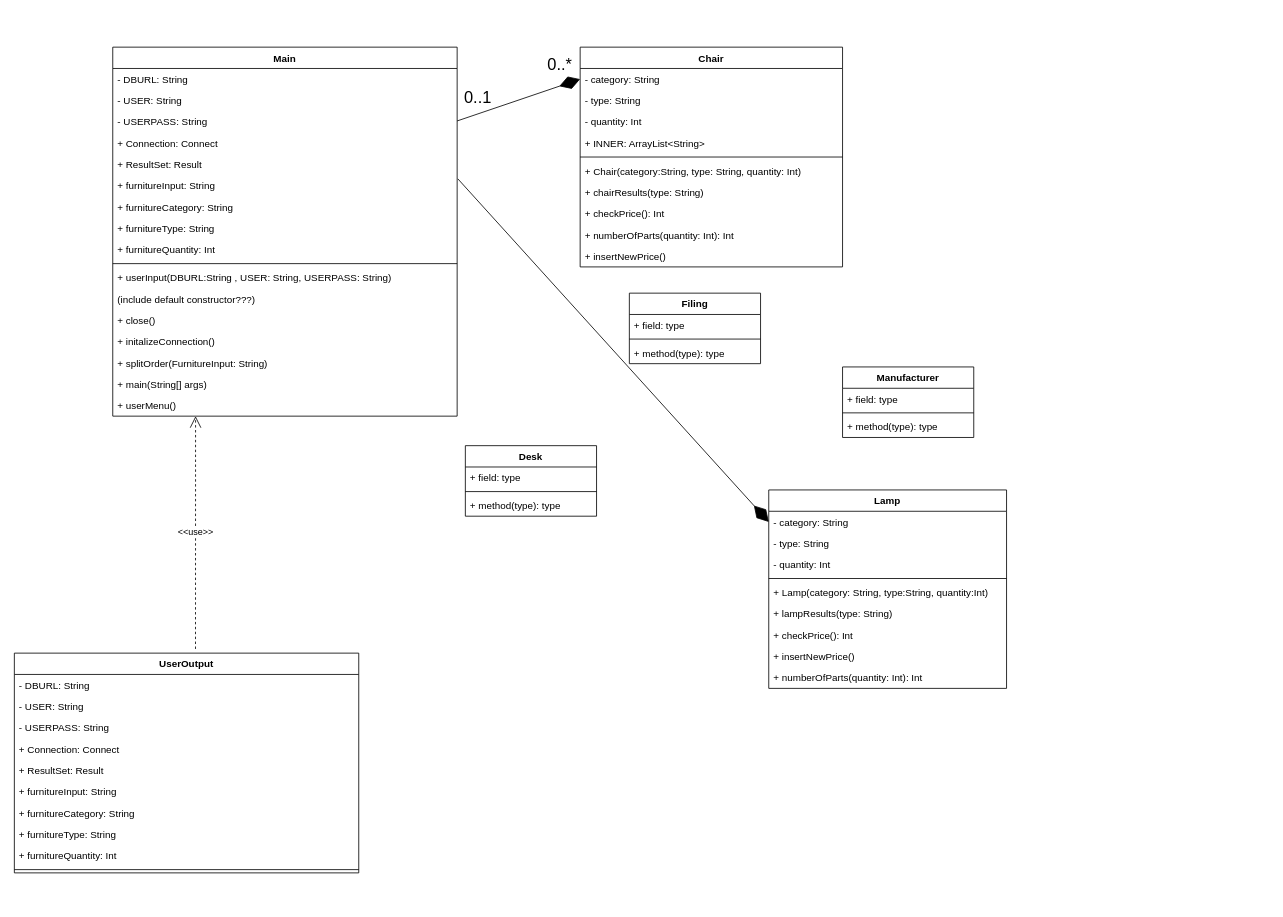
This is src/edu/ucalgary/ensf409/FinalProjectUML.drawio from MushtabaA/Supply-Chain-Project, a draw.io file, before an edit. Source tidied: cells renumbered, new cells numbered last; positions are measured from the earlier drawing's top-left corner, leaving out a move shared by most shapes. Both pictures are drawn from the tidied source at 82%, with x=0, y=0 at pixel (14, 47).
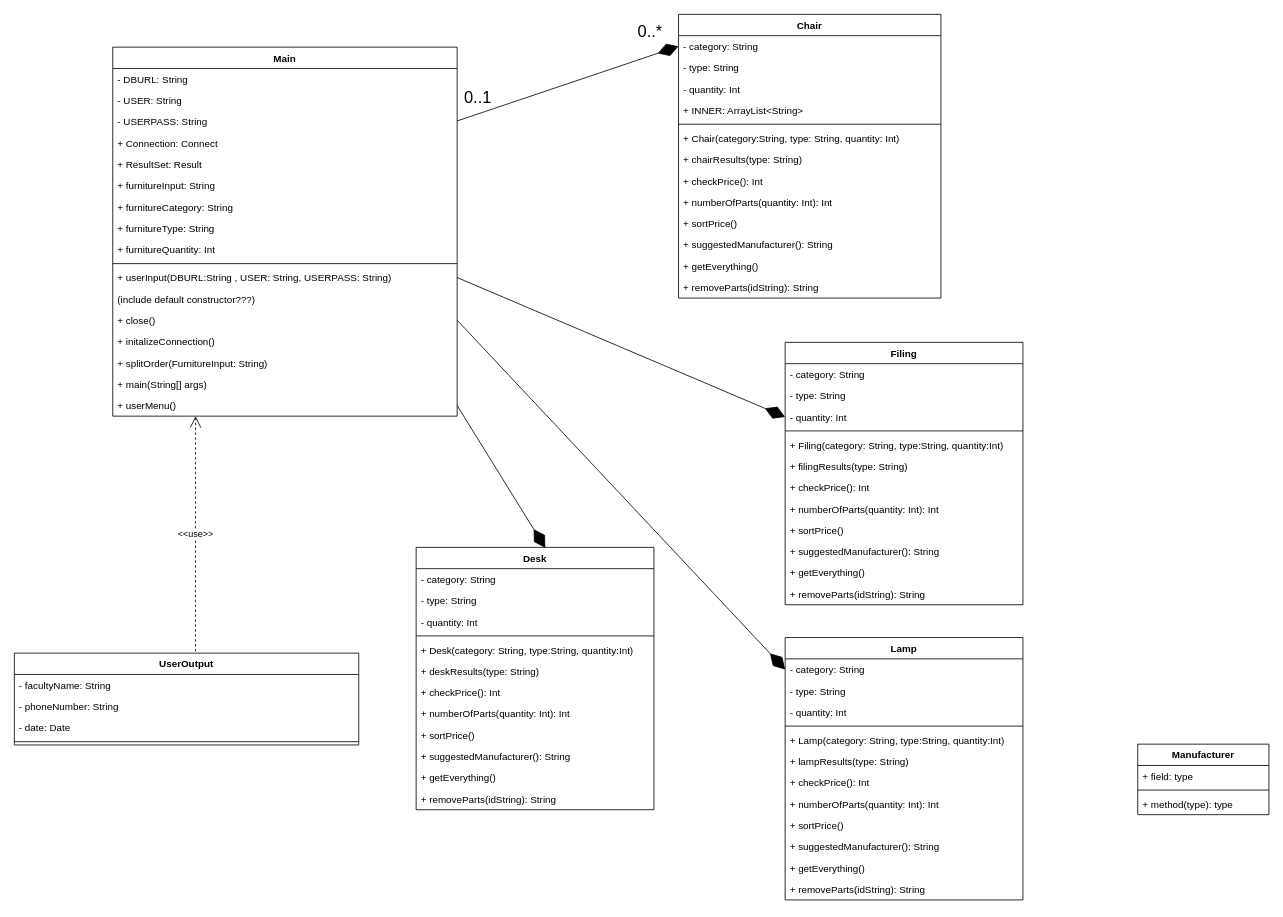
After the change.

Commit message:
Changes to the UML based on the code changes

The change refers to these unchanged cells:
```xml
<mxCell id="8" value="+ furnitureInput: String " style="text;strokeColor=none;fillColor=none;align=left;verticalAlign=top;spacingLeft=4;spacingRight=4;overflow=hidden;points=[[0,0.5],[1,0.5]];portConstraint=eastwest;" parent="2" vertex="1">
  <mxGeometry y="156" width="420" height="26" as="geometry" />
</mxCell>
<mxCell id="13" value="+ userInput(DBURL:String , USER: String, USERPASS: String)" style="text;strokeColor=none;fillColor=none;align=left;verticalAlign=top;spacingLeft=4;spacingRight=4;overflow=hidden;points=[[0,0.5],[1,0.5]];portConstraint=eastwest;" parent="2" vertex="1">
  <mxGeometry y="268" width="420" height="26" as="geometry" />
</mxCell>
<mxCell id="15" value="+ close()" style="text;strokeColor=none;fillColor=none;align=left;verticalAlign=top;spacingLeft=4;spacingRight=4;overflow=hidden;points=[[0,0.5],[1,0.5]];portConstraint=eastwest;" parent="2" vertex="1">
  <mxGeometry y="320" width="420" height="26" as="geometry" />
</mxCell>
<mxCell id="19" value="+ userMenu()" style="text;strokeColor=none;fillColor=none;align=left;verticalAlign=top;spacingLeft=4;spacingRight=4;overflow=hidden;points=[[0,0.5],[1,0.5]];portConstraint=eastwest;" parent="2" vertex="1">
  <mxGeometry y="424" width="420" height="26" as="geometry" />
</mxCell>
<mxCell id="36" value="- category: String" style="text;strokeColor=none;fillColor=none;align=left;verticalAlign=top;spacingLeft=4;spacingRight=4;overflow=hidden;points=[[0,0.5],[1,0.5]];portConstraint=eastwest;" parent="35" vertex="1">
  <mxGeometry y="26" width="290" height="26" as="geometry" />
</mxCell>
```

Diff of the diagram source:
```diff
@@
     <mxCell id="20" value="Chair" style="swimlane;fontStyle=1;align=center;verticalAlign=top;horizontal=1;startSize=26;" parent="1" vertex="1">
-      <mxGeometry x="690" width="320" height="268" as="geometry" />
+      <mxGeometry x="810" y="-40" width="320" height="346" as="geometry" />
     </mxCell>
@@
-    <mxCell id="30" value="+ insertNewPrice()" style="text;strokeColor=none;fillColor=none;align=left;verticalAlign=top;spacingLeft=4;spacingRight=4;overflow=hidden;" parent="20" vertex="1">
-      <mxGeometry y="242" width="320" height="26" as="geometry" />
-    </mxCell>
-    <mxCell id="31" value="Filing" style="swimlane;fontStyle=1;align=center;verticalAlign=top;horizontal=1;startSize=26;" parent="1" vertex="1">
-      <mxGeometry x="750" y="300" width="160" height="86" as="geometry" />
-    </mxCell>
-    <mxCell id="32" value="+ field: type" style="text;strokeColor=none;fillColor=none;align=left;verticalAlign=top;spacingLeft=4;spacingRight=4;overflow=hidden;" parent="31" vertex="1">
-      <mxGeometry y="26" width="160" height="26" as="geometry" />
-    </mxCell>
-    <mxCell id="33" style="line;strokeWidth=1;fillColor=none;align=left;verticalAlign=middle;spacingTop=-1;spacingLeft=3;spacingRight=3;labelPosition=right;" parent="31" vertex="1">
-      <mxGeometry y="52" width="160" height="8" as="geometry" />
-    </mxCell>
-    <mxCell id="34" value="+ method(type): type" style="text;strokeColor=none;fillColor=none;align=left;verticalAlign=top;spacingLeft=4;spacingRight=4;overflow=hidden;" parent="31" vertex="1">
-      <mxGeometry y="60" width="160" height="26" as="geometry" />
-    </mxCell>
+    <mxCell id="69" value="+ sortPrice()" style="text;strokeColor=none;fillColor=none;align=left;verticalAlign=top;spacingLeft=4;spacingRight=4;overflow=hidden;" parent="20" vertex="1">
+      <mxGeometry y="242" width="320" height="26" as="geometry" />
+    </mxCell>
+    <mxCell id="70" value="+ suggestedManufacturer(): String" style="text;strokeColor=none;fillColor=none;align=left;verticalAlign=top;spacingLeft=4;spacingRight=4;overflow=hidden;" parent="20" vertex="1">
+      <mxGeometry y="268" width="320" height="26" as="geometry" />
+    </mxCell>
+    <mxCell id="71" value="+ getEverything()" style="text;strokeColor=none;fillColor=none;align=left;verticalAlign=top;spacingLeft=4;spacingRight=4;overflow=hidden;" parent="20" vertex="1">
+      <mxGeometry y="294" width="320" height="26" as="geometry" />
+    </mxCell>
+    <mxCell id="72" value="+ removeParts(idString): String" style="text;strokeColor=none;fillColor=none;align=left;verticalAlign=top;spacingLeft=4;spacingRight=4;overflow=hidden;" parent="20" vertex="1">
+      <mxGeometry y="320" width="320" height="26" as="geometry" />
+    </mxCell>
     <mxCell id="35" value="Lamp" style="swimlane;fontStyle=1;align=center;verticalAlign=top;horizontal=1;startSize=26;" parent="1" vertex="1">
-      <mxGeometry x="920" y="540" width="290" height="242" as="geometry" />
+      <mxGeometry x="940" y="720" width="290" height="320" as="geometry" />
     </mxCell>
@@
-    <mxCell id="43" value="+ insertNewPrice()" style="text;strokeColor=none;fillColor=none;align=left;verticalAlign=top;spacingLeft=4;spacingRight=4;overflow=hidden;" parent="35" vertex="1">
-      <mxGeometry y="190" width="290" height="26" as="geometry" />
-    </mxCell>
     <mxCell id="44" value="+ numberOfParts(quantity: Int): Int" style="text;strokeColor=none;fillColor=none;align=left;verticalAlign=top;spacingLeft=4;spacingRight=4;overflow=hidden;" parent="35" vertex="1">
-      <mxGeometry y="216" width="290" height="26" as="geometry" />
+      <mxGeometry y="190" width="290" height="26" as="geometry" />
     </mxCell>
+    <mxCell id="73" value="+ sortPrice()" style="text;strokeColor=none;fillColor=none;align=left;verticalAlign=top;spacingLeft=4;spacingRight=4;overflow=hidden;" parent="35" vertex="1">
+      <mxGeometry y="216" width="290" height="26" as="geometry" />
+    </mxCell>
+    <mxCell id="74" value="+ suggestedManufacturer(): String" style="text;strokeColor=none;fillColor=none;align=left;verticalAlign=top;spacingLeft=4;spacingRight=4;overflow=hidden;" parent="35" vertex="1">
+      <mxGeometry y="242" width="290" height="26" as="geometry" />
+    </mxCell>
+    <mxCell id="75" value="+ getEverything()" style="text;strokeColor=none;fillColor=none;align=left;verticalAlign=top;spacingLeft=4;spacingRight=4;overflow=hidden;" parent="35" vertex="1">
+      <mxGeometry y="268" width="290" height="26" as="geometry" />
+    </mxCell>
+    <mxCell id="76" value="+ removeParts(idString): String" style="text;strokeColor=none;fillColor=none;align=left;verticalAlign=top;spacingLeft=4;spacingRight=4;overflow=hidden;" parent="35" vertex="1">
+      <mxGeometry y="294" width="290" height="26" as="geometry" />
+    </mxCell>
     <mxCell id="45" value="Manufacturer" style="swimlane;fontStyle=1;align=center;verticalAlign=top;horizontal=1;startSize=26;" parent="1" vertex="1">
-      <mxGeometry x="1010" y="390" width="160" height="86" as="geometry" />
+      <mxGeometry x="1370" y="850" width="160" height="86" as="geometry" />
     </mxCell>
@@
     <mxCell id="50" value="&lt;font style=&quot;font-size: 20px&quot;&gt;0..*&lt;/font&gt;" style="text;html=1;align=center;verticalAlign=middle;" parent="1" vertex="1">
-      <mxGeometry x="640" y="10" width="50" height="20" as="geometry" />
+      <mxGeometry x="750" y="-30" width="50" height="20" as="geometry" />
     </mxCell>
@@
-    <mxCell id="52" style="endArrow=diamondThin;endFill=1;endSize=24;html=1;exitX=1.002;exitY=0.176;exitDx=0;exitDy=0;exitPerimeter=0;entryX=0;entryY=0.5;entryDx=0;entryDy=0;" parent="1" edge="1" source="8" target="36">
+    <mxCell id="52" style="endArrow=diamondThin;endFill=1;endSize=24;html=1;exitX=1;exitY=0.5;exitDx=0;exitDy=0;entryX=0;entryY=0.5;entryDx=0;entryDy=0;" parent="1" edge="1" source="15" target="36">
       <mxGeometry relative="1" as="geometry" />
     </mxCell>
-    <mxCell id="53" value="Desk" style="swimlane;fontStyle=1;align=center;verticalAlign=top;horizontal=1;startSize=26;" parent="1" vertex="1">
-      <mxGeometry x="550" y="486" width="160" height="86" as="geometry" />
-    </mxCell>
-    <mxCell id="54" value="+ field: type" style="text;strokeColor=none;fillColor=none;align=left;verticalAlign=top;spacingLeft=4;spacingRight=4;overflow=hidden;" parent="53" vertex="1">
-      <mxGeometry y="26" width="160" height="26" as="geometry" />
-    </mxCell>
-    <mxCell id="55" style="line;strokeWidth=1;fillColor=none;align=left;verticalAlign=middle;spacingTop=-1;spacingLeft=3;spacingRight=3;labelPosition=right;" parent="53" vertex="1">
-      <mxGeometry y="52" width="160" height="8" as="geometry" />
-    </mxCell>
-    <mxCell id="56" value="+ method(type): type" style="text;strokeColor=none;fillColor=none;align=left;verticalAlign=top;spacingLeft=4;spacingRight=4;overflow=hidden;" parent="53" vertex="1">
-      <mxGeometry y="60" width="160" height="26" as="geometry" />
-    </mxCell>
     <mxCell id="57" value="UserOutput" style="swimlane;fontStyle=1;align=center;verticalAlign=top;horizontal=1;startSize=26;" parent="1" vertex="1">
-      <mxGeometry y="739" width="420" height="268" as="geometry" />
+      <mxGeometry y="739" width="420" height="112" as="geometry" />
     </mxCell>
-    <mxCell id="58" value="- DBURL: String" style="text;strokeColor=none;fillColor=none;align=left;verticalAlign=top;spacingLeft=4;spacingRight=4;overflow=hidden;" parent="57" vertex="1">
+    <mxCell id="58" value="- facultyName: String" style="text;strokeColor=none;fillColor=none;align=left;verticalAlign=top;spacingLeft=4;spacingRight=4;overflow=hidden;" parent="57" vertex="1">
       <mxGeometry y="26" width="420" height="26" as="geometry" />
     </mxCell>
-    <mxCell id="59" value="- USER: String " style="text;strokeColor=none;fillColor=none;align=left;verticalAlign=top;spacingLeft=4;spacingRight=4;overflow=hidden;" parent="57" vertex="1">
+    <mxCell id="59" value="- phoneNumber: String " style="text;strokeColor=none;fillColor=none;align=left;verticalAlign=top;spacingLeft=4;spacingRight=4;overflow=hidden;" parent="57" vertex="1">
       <mxGeometry y="52" width="420" height="26" as="geometry" />
     </mxCell>
-    <mxCell id="60" value="- USERPASS: String" style="text;strokeColor=none;fillColor=none;align=left;verticalAlign=top;spacingLeft=4;spacingRight=4;overflow=hidden;" parent="57" vertex="1">
+    <mxCell id="60" value="- date: Date" style="text;strokeColor=none;fillColor=none;align=left;verticalAlign=top;spacingLeft=4;spacingRight=4;overflow=hidden;" parent="57" vertex="1">
       <mxGeometry y="78" width="420" height="26" as="geometry" />
     </mxCell>
-    <mxCell id="61" value="+ Connection: Connect" style="text;strokeColor=none;fillColor=none;align=left;verticalAlign=top;spacingLeft=4;spacingRight=4;overflow=hidden;" parent="57" vertex="1">
-      <mxGeometry y="104" width="420" height="26" as="geometry" />
-    </mxCell>
-    <mxCell id="62" value="+ ResultSet: Result" style="text;strokeColor=none;fillColor=none;align=left;verticalAlign=top;spacingLeft=4;spacingRight=4;overflow=hidden;" parent="57" vertex="1">
-      <mxGeometry y="130" width="420" height="26" as="geometry" />
-    </mxCell>
-    <mxCell id="63" value="+ furnitureInput: String " style="text;strokeColor=none;fillColor=none;align=left;verticalAlign=top;spacingLeft=4;spacingRight=4;overflow=hidden;" parent="57" vertex="1">
-      <mxGeometry y="156" width="420" height="26" as="geometry" />
-    </mxCell>
-    <mxCell id="64" value="+ furnitureCategory: String" style="text;strokeColor=none;fillColor=none;align=left;verticalAlign=top;spacingLeft=4;spacingRight=4;overflow=hidden;" parent="57" vertex="1">
-      <mxGeometry y="182" width="420" height="26" as="geometry" />
-    </mxCell>
-    <mxCell id="65" value="+ furnitureType: String" style="text;strokeColor=none;fillColor=none;align=left;verticalAlign=top;spacingLeft=4;spacingRight=4;overflow=hidden;" parent="57" vertex="1">
-      <mxGeometry y="208" width="420" height="26" as="geometry" />
-    </mxCell>
-    <mxCell id="66" value="+ furnitureQuantity: Int" style="text;strokeColor=none;fillColor=none;align=left;verticalAlign=top;spacingLeft=4;spacingRight=4;overflow=hidden;" parent="57" vertex="1">
-      <mxGeometry y="234" width="420" height="26" as="geometry" />
-    </mxCell>
     <mxCell id="67" style="line;strokeWidth=1;fillColor=none;align=left;verticalAlign=middle;spacingTop=-1;spacingLeft=3;spacingRight=3;labelPosition=right;" parent="57" vertex="1">
-      <mxGeometry y="260" width="420" height="8" as="geometry" />
+      <mxGeometry y="104" width="420" height="8" as="geometry" />
     </mxCell>
@@
+    <mxCell id="53" value="Desk" style="swimlane;fontStyle=1;align=center;verticalAlign=top;horizontal=1;startSize=26;" parent="1" vertex="1">
+      <mxGeometry x="490" y="610" width="290" height="320" as="geometry" />
+    </mxCell>
+    <mxCell id="77" value="- category: String" style="text;strokeColor=none;fillColor=none;align=left;verticalAlign=top;spacingLeft=4;spacingRight=4;overflow=hidden;" parent="53" vertex="1">
+      <mxGeometry y="26" width="290" height="26" as="geometry" />
+    </mxCell>
+    <mxCell id="78" value="- type: String" style="text;strokeColor=none;fillColor=none;align=left;verticalAlign=top;spacingLeft=4;spacingRight=4;overflow=hidden;" parent="53" vertex="1">
+      <mxGeometry y="52" width="290" height="26" as="geometry" />
+    </mxCell>
+    <mxCell id="79" value="- quantity: Int" style="text;strokeColor=none;fillColor=none;align=left;verticalAlign=top;spacingLeft=4;spacingRight=4;overflow=hidden;" parent="53" vertex="1">
+      <mxGeometry y="78" width="290" height="26" as="geometry" />
+    </mxCell>
+    <mxCell id="80" style="line;strokeWidth=1;fillColor=none;align=left;verticalAlign=middle;spacingTop=-1;spacingLeft=3;spacingRight=3;labelPosition=right;" parent="53" vertex="1">
+      <mxGeometry y="104" width="290" height="8" as="geometry" />
+    </mxCell>
+    <mxCell id="81" value="+ Desk(category: String, type:String, quantity:Int)" style="text;strokeColor=none;fillColor=none;align=left;verticalAlign=top;spacingLeft=4;spacingRight=4;overflow=hidden;" parent="53" vertex="1">
+      <mxGeometry y="112" width="290" height="26" as="geometry" />
+    </mxCell>
+    <mxCell id="82" value="+ deskResults(type: String)" style="text;strokeColor=none;fillColor=none;align=left;verticalAlign=top;spacingLeft=4;spacingRight=4;overflow=hidden;" parent="53" vertex="1">
+      <mxGeometry y="138" width="290" height="26" as="geometry" />
+    </mxCell>
+    <mxCell id="83" value="+ checkPrice(): Int" style="text;strokeColor=none;fillColor=none;align=left;verticalAlign=top;spacingLeft=4;spacingRight=4;overflow=hidden;" parent="53" vertex="1">
+      <mxGeometry y="164" width="290" height="26" as="geometry" />
+    </mxCell>
+    <mxCell id="84" value="+ numberOfParts(quantity: Int): Int" style="text;strokeColor=none;fillColor=none;align=left;verticalAlign=top;spacingLeft=4;spacingRight=4;overflow=hidden;" parent="53" vertex="1">
+      <mxGeometry y="190" width="290" height="26" as="geometry" />
+    </mxCell>
+    <mxCell id="85" value="+ sortPrice()" style="text;strokeColor=none;fillColor=none;align=left;verticalAlign=top;spacingLeft=4;spacingRight=4;overflow=hidden;" parent="53" vertex="1">
+      <mxGeometry y="216" width="290" height="26" as="geometry" />
+    </mxCell>
+    <mxCell id="86" value="+ suggestedManufacturer(): String" style="text;strokeColor=none;fillColor=none;align=left;verticalAlign=top;spacingLeft=4;spacingRight=4;overflow=hidden;" parent="53" vertex="1">
+      <mxGeometry y="242" width="290" height="26" as="geometry" />
+    </mxCell>
+    <mxCell id="87" value="+ getEverything()" style="text;strokeColor=none;fillColor=none;align=left;verticalAlign=top;spacingLeft=4;spacingRight=4;overflow=hidden;" parent="53" vertex="1">
+      <mxGeometry y="268" width="290" height="26" as="geometry" />
+    </mxCell>
+    <mxCell id="88" value="+ removeParts(idString): String" style="text;strokeColor=none;fillColor=none;align=left;verticalAlign=top;spacingLeft=4;spacingRight=4;overflow=hidden;" parent="53" vertex="1">
+      <mxGeometry y="294" width="290" height="26" as="geometry" />
+    </mxCell>
+    <mxCell id="31" value="Filing" style="swimlane;fontStyle=1;align=center;verticalAlign=top;horizontal=1;startSize=26;" parent="1" vertex="1">
+      <mxGeometry x="940" y="360" width="290" height="320" as="geometry" />
+    </mxCell>
+    <mxCell id="89" value="- category: String" style="text;strokeColor=none;fillColor=none;align=left;verticalAlign=top;spacingLeft=4;spacingRight=4;overflow=hidden;" parent="31" vertex="1">
+      <mxGeometry y="26" width="290" height="26" as="geometry" />
+    </mxCell>
+    <mxCell id="90" value="- type: String" style="text;strokeColor=none;fillColor=none;align=left;verticalAlign=top;spacingLeft=4;spacingRight=4;overflow=hidden;" parent="31" vertex="1">
+      <mxGeometry y="52" width="290" height="26" as="geometry" />
+    </mxCell>
+    <mxCell id="91" value="- quantity: Int" style="text;strokeColor=none;fillColor=none;align=left;verticalAlign=top;spacingLeft=4;spacingRight=4;overflow=hidden;points=[[0,0.5],[1,0.5]];portConstraint=eastwest;" parent="31" vertex="1">
+      <mxGeometry y="78" width="290" height="26" as="geometry" />
+    </mxCell>
+    <mxCell id="92" style="line;strokeWidth=1;fillColor=none;align=left;verticalAlign=middle;spacingTop=-1;spacingLeft=3;spacingRight=3;labelPosition=right;" parent="31" vertex="1">
+      <mxGeometry y="104" width="290" height="8" as="geometry" />
+    </mxCell>
+    <mxCell id="93" value="+ Filing(category: String, type:String, quantity:Int)" style="text;strokeColor=none;fillColor=none;align=left;verticalAlign=top;spacingLeft=4;spacingRight=4;overflow=hidden;" parent="31" vertex="1">
+      <mxGeometry y="112" width="290" height="26" as="geometry" />
+    </mxCell>
+    <mxCell id="94" value="+ filingResults(type: String)" style="text;strokeColor=none;fillColor=none;align=left;verticalAlign=top;spacingLeft=4;spacingRight=4;overflow=hidden;" parent="31" vertex="1">
+      <mxGeometry y="138" width="290" height="26" as="geometry" />
+    </mxCell>
+    <mxCell id="95" value="+ checkPrice(): Int" style="text;strokeColor=none;fillColor=none;align=left;verticalAlign=top;spacingLeft=4;spacingRight=4;overflow=hidden;" parent="31" vertex="1">
+      <mxGeometry y="164" width="290" height="26" as="geometry" />
+    </mxCell>
+    <mxCell id="96" value="+ numberOfParts(quantity: Int): Int" style="text;strokeColor=none;fillColor=none;align=left;verticalAlign=top;spacingLeft=4;spacingRight=4;overflow=hidden;" parent="31" vertex="1">
+      <mxGeometry y="190" width="290" height="26" as="geometry" />
+    </mxCell>
+    <mxCell id="97" value="+ sortPrice()" style="text;strokeColor=none;fillColor=none;align=left;verticalAlign=top;spacingLeft=4;spacingRight=4;overflow=hidden;" parent="31" vertex="1">
+      <mxGeometry y="216" width="290" height="26" as="geometry" />
+    </mxCell>
+    <mxCell id="98" value="+ suggestedManufacturer(): String" style="text;strokeColor=none;fillColor=none;align=left;verticalAlign=top;spacingLeft=4;spacingRight=4;overflow=hidden;" parent="31" vertex="1">
+      <mxGeometry y="242" width="290" height="26" as="geometry" />
+    </mxCell>
+    <mxCell id="99" value="+ getEverything()" style="text;strokeColor=none;fillColor=none;align=left;verticalAlign=top;spacingLeft=4;spacingRight=4;overflow=hidden;" parent="31" vertex="1">
+      <mxGeometry y="268" width="290" height="26" as="geometry" />
+    </mxCell>
+    <mxCell id="100" value="+ removeParts(idString): String" style="text;strokeColor=none;fillColor=none;align=left;verticalAlign=top;spacingLeft=4;spacingRight=4;overflow=hidden;" parent="31" vertex="1">
+      <mxGeometry y="294" width="290" height="26" as="geometry" />
+    </mxCell>
+    <mxCell id="101" style="endArrow=diamondThin;endFill=1;endSize=24;html=1;exitX=1;exitY=0.5;exitDx=0;exitDy=0;entryX=0.543;entryY=0.002;entryDx=0;entryDy=0;entryPerimeter=0;" parent="1" edge="1" source="19" target="53">
+      <mxGeometry relative="1" as="geometry" />
+    </mxCell>
+    <mxCell id="102" style="endArrow=diamondThin;endFill=1;endSize=24;html=1;exitX=1;exitY=0.5;exitDx=0;exitDy=0;entryX=0;entryY=0.5;entryDx=0;entryDy=0;" parent="1" edge="1" source="13" target="91">
+      <mxGeometry relative="1" as="geometry" />
+    </mxCell>
```
